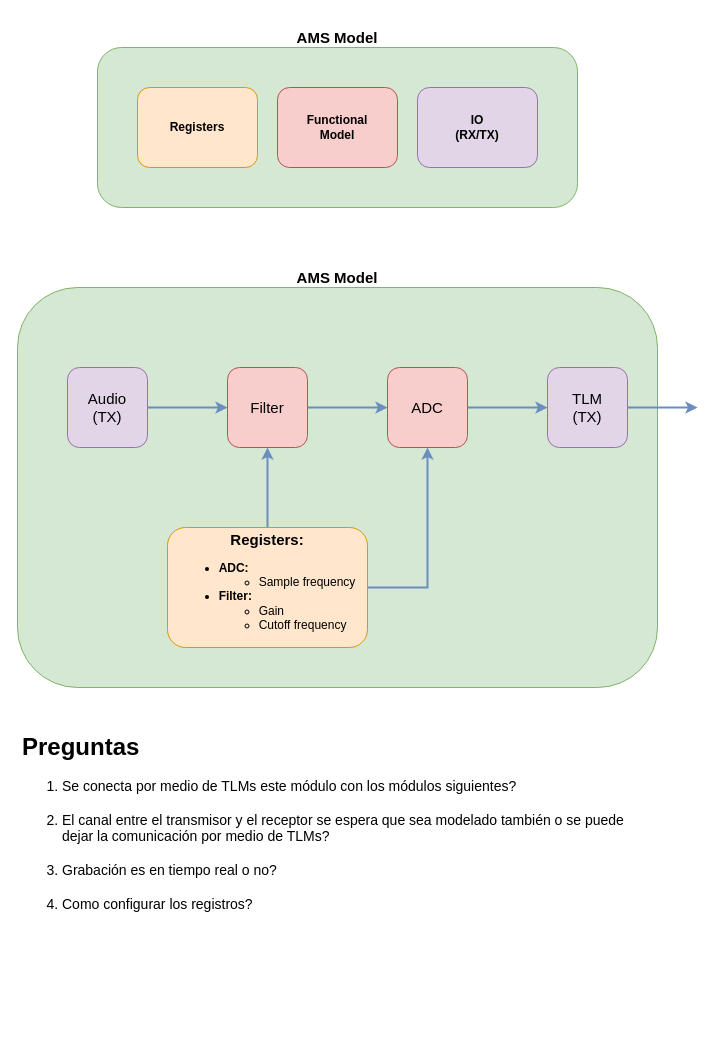
Earlier version of the draw.io diagram Project3.drawio (bvarela27/SystemC_ams). Source tidied: cells renumbered, new cells numbered last; positions are measured from the earlier drawing's top-left corner, leaving out a move shared by most shapes. Both pictures are drawn from the tidied source at 100%, with x=0, y=0 at pixel (17, 17).
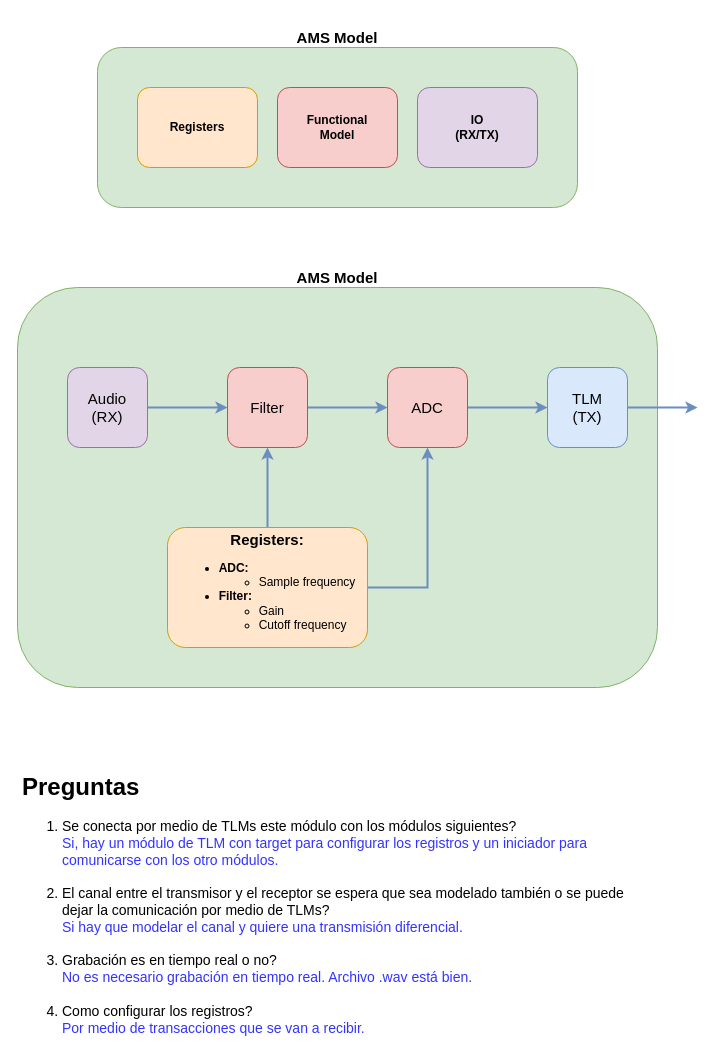
After the change.

Commit message:
Updating Diagram with the answers to the questions that we prepared for the professor

The edit, as a diff of the source:
```diff
@@
-    <mxCell id="9" value="Audio&lt;br&gt;(TX)" style="rounded=1;whiteSpace=wrap;html=1;fontSize=15;fillColor=#e1d5e7;strokeColor=#9673a6;" parent="1" vertex="1">
+    <mxCell id="9" value="Audio&lt;br&gt;(RX)" style="rounded=1;whiteSpace=wrap;html=1;fontSize=15;fillColor=#e1d5e7;strokeColor=#9673a6;" parent="1" vertex="1">
       <mxGeometry x="50" y="350" width="80" height="80" as="geometry" />
     </mxCell>
@@
-    <mxCell id="19" value="TLM&lt;br&gt;(TX)" style="rounded=1;whiteSpace=wrap;html=1;fontSize=15;fillColor=#e1d5e7;strokeColor=#9673a6;" parent="1" vertex="1">
+    <mxCell id="19" value="TLM&lt;br&gt;(TX)" style="rounded=1;whiteSpace=wrap;html=1;fontSize=15;fillColor=#dae8fc;strokeColor=#6c8ebf;" parent="1" vertex="1">
       <mxGeometry x="530" y="350" width="80" height="80" as="geometry" />
     </mxCell>
-    <mxCell id="20" value="&lt;h1&gt;&lt;span style=&quot;background-color: initial;&quot;&gt;Preguntas&lt;/span&gt;&lt;/h1&gt;&lt;div style=&quot;font-size: 14px;&quot;&gt;&lt;ol&gt;&lt;li&gt;&lt;span style=&quot;background-color: initial; font-weight: normal;&quot;&gt;Se conecta por medio de TLMs este módulo con los módulos siguientes?&lt;br&gt;&lt;br&gt;&lt;/span&gt;&lt;/li&gt;&lt;li&gt;&lt;span style=&quot;background-color: initial; font-weight: normal;&quot;&gt;El canal entre el transmisor y el receptor se espera que sea modelado también o se puede dejar la comunicación por medio de TLMs?&lt;br&gt;&lt;br&gt;&lt;/span&gt;&lt;/li&gt;&lt;li&gt;&lt;span style=&quot;background-color: initial; font-weight: normal;&quot;&gt;Grabación es en tiempo real o no?&lt;br&gt;&lt;br&gt;&lt;/span&gt;&lt;/li&gt;&lt;li&gt;Como configurar los registros?&lt;/li&gt;&lt;/ol&gt;&lt;/div&gt;" style="text;html=1;strokeColor=none;fillColor=none;spacing=5;spacingTop=-20;whiteSpace=wrap;overflow=hidden;rounded=0;" parent="1" vertex="1">
-      <mxGeometry y="710" width="640" height="200" as="geometry" />
+    <mxCell id="20" value="&lt;h1&gt;&lt;span style=&quot;background-color: initial;&quot;&gt;Preguntas&lt;/span&gt;&lt;/h1&gt;&lt;div style=&quot;font-size: 14px;&quot;&gt;&lt;ol&gt;&lt;li&gt;&lt;span style=&quot;background-color: initial; font-weight: normal;&quot;&gt;Se conecta por medio de TLMs este módulo con los módulos siguientes?&lt;br&gt;&lt;font color=&quot;#3333ff&quot;&gt;Si, hay un módulo de TLM con target para configurar los registros y un iniciador para comunicarse con los otro módulos.&lt;/font&gt;&lt;br&gt;&lt;br&gt;&lt;/span&gt;&lt;/li&gt;&lt;li&gt;&lt;span style=&quot;background-color: initial; font-weight: normal;&quot;&gt;El canal entre el transmisor y el receptor se espera que sea modelado también o se puede dejar la comunicación por medio de TLMs?&lt;br&gt;&lt;font color=&quot;#3333ff&quot;&gt;Si hay que modelar el canal y quiere una transmisión diferencial.&amp;nbsp;&lt;/font&gt;&lt;br&gt;&lt;br&gt;&lt;/span&gt;&lt;/li&gt;&lt;li&gt;&lt;span style=&quot;background-color: initial; font-weight: normal;&quot;&gt;Grabación es en tiempo real o no?&lt;br&gt;&lt;font color=&quot;#3333ff&quot;&gt;No es necesario grabación en tiempo real. Archivo .wav está bien.&lt;/font&gt;&lt;br&gt;&lt;br&gt;&lt;/span&gt;&lt;/li&gt;&lt;li&gt;Como configurar los registros?&lt;br&gt;&lt;font color=&quot;#3333ff&quot;&gt;Por medio de transacciones que se van a recibir.&lt;/font&gt;&lt;/li&gt;&lt;/ol&gt;&lt;/div&gt;" style="text;html=1;strokeColor=none;fillColor=none;spacing=5;spacingTop=-20;whiteSpace=wrap;overflow=hidden;rounded=0;" parent="1" vertex="1">
+      <mxGeometry y="750" width="640" height="280" as="geometry" />
     </mxCell>
```
